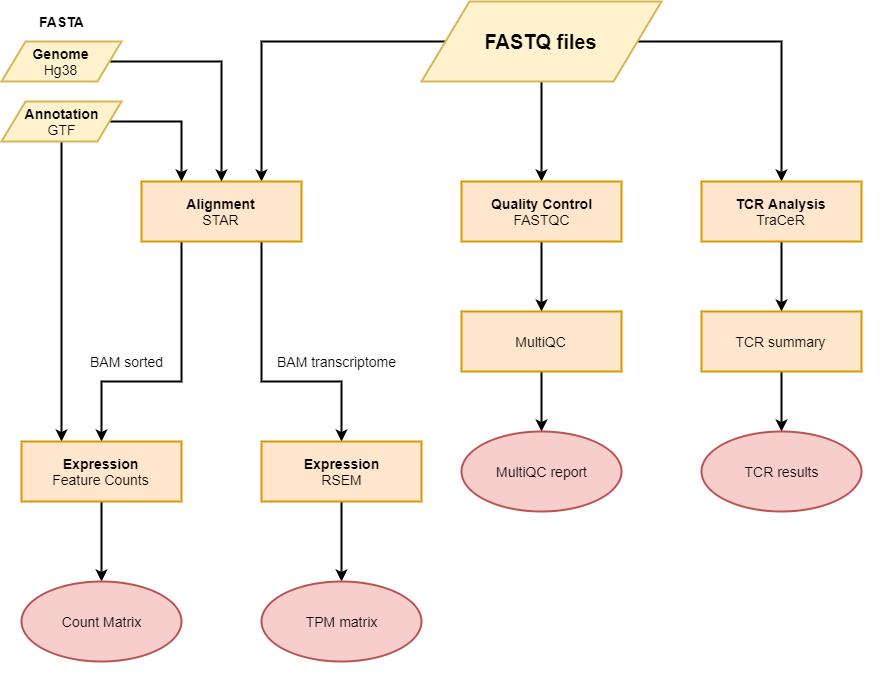
The draw.io diagram assets/flowchart.png in icbi-lab/smartseq2_pipeline, before a commit. Source tidied: cells renumbered, new cells last; positions are measured from the earlier drawing's top-left corner, leaving out a move shared by most shapes.
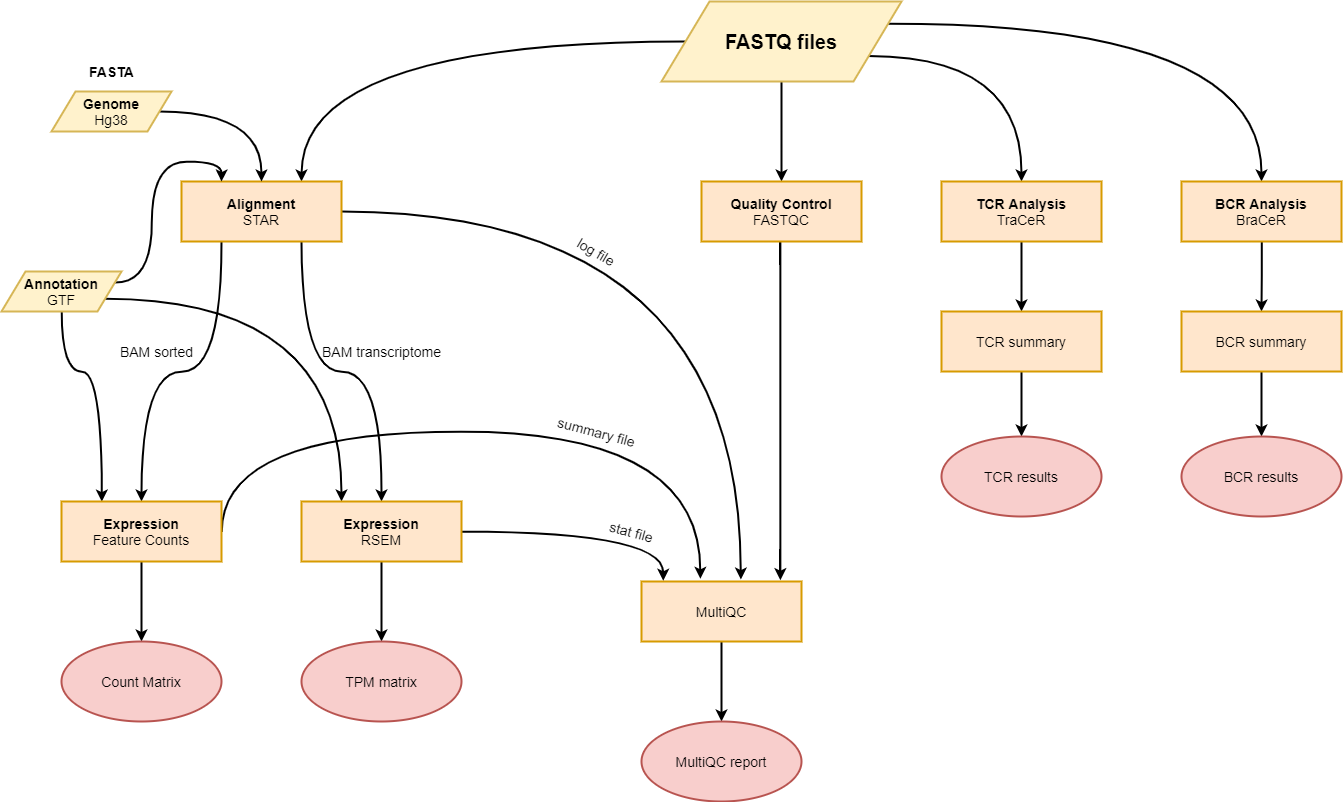
Above is the later version.

Commit message:
Flowchart of the pipeline updated

Change to the diagram source:
```diff
@@ -2,138 +2,152 @@
   <root>
     <mxCell id="0" />
     <mxCell id="1" parent="0" />
-    <mxCell id="2" style="edgeStyle=orthogonalEdgeStyle;rounded=0;jettySize=auto;html=1;exitX=0;exitY=0.5;exitDx=0;exitDy=0;entryX=0.75;entryY=0;entryDx=0;entryDy=0;strokeWidth=2;" parent="1" edge="1" source="5" target="12">
-      <mxGeometry relative="1" as="geometry">
-        <Array as="points">
-          <mxPoint x="260" y="40" />
-        </Array>
-      </mxGeometry>
+    <mxCell id="2" style="edgeStyle=orthogonalEdgeStyle;rounded=0;jettySize=auto;html=1;exitX=0;exitY=0.5;exitDx=0;exitDy=0;entryX=0.75;entryY=0;entryDx=0;entryDy=0;strokeWidth=2;curved=1;" parent="1" edge="1" source="5" target="12">
+      <mxGeometry relative="1" as="geometry" />
     </mxCell>
+    <mxCell id="4" style="edgeStyle=orthogonalEdgeStyle;rounded=0;jettySize=auto;html=1;exitX=1;exitY=0.75;exitDx=0;exitDy=0;entryX=0.5;entryY=0;entryDx=0;entryDy=0;strokeWidth=2;curved=1;" parent="1" edge="1" source="5" target="24">
+      <mxGeometry relative="1" as="geometry" />
+    </mxCell>
+    <mxCell id="36" style="edgeStyle=orthogonalEdgeStyle;rounded=0;jettySize=auto;html=1;entryX=0.5;entryY=0;entryDx=0;entryDy=0;strokeWidth=2;exitX=1;exitY=0.25;exitDx=0;exitDy=0;curved=1;" parent="1" edge="1" source="5" target="42">
+      <mxGeometry relative="1" as="geometry" />
+    </mxCell>
-    <mxCell id="3" style="edgeStyle=orthogonalEdgeStyle;rounded=0;jettySize=auto;html=1;strokeWidth=2;" parent="1" edge="1" source="5" target="7">
+    <mxCell id="3" style="edgeStyle=orthogonalEdgeStyle;rounded=0;jettySize=auto;html=1;exitX=0.5;exitY=1;exitDx=0;exitDy=0;strokeWidth=2;" parent="1" edge="1" source="5" target="7">
       <mxGeometry relative="1" as="geometry" />
     </mxCell>
-    <mxCell id="4" style="edgeStyle=orthogonalEdgeStyle;rounded=0;jettySize=auto;html=1;exitX=1;exitY=0.5;exitDx=0;exitDy=0;entryX=0.5;entryY=0;entryDx=0;entryDy=0;strokeWidth=2;" parent="1" edge="1" source="5" target="24">
-      <mxGeometry relative="1" as="geometry">
-        <Array as="points">
-          <mxPoint x="780" y="40" />
-        </Array>
-      </mxGeometry>
-    </mxCell>
     <mxCell id="5" value="&lt;b&gt;&lt;font style=&quot;font-size: 20px&quot;&gt;FASTQ files&lt;/font&gt;&lt;/b&gt;" style="shape=parallelogram;perimeter=parallelogramPerimeter;whiteSpace=wrap;html=1;strokeWidth=2;perimeterSpacing=0;fillColor=#fff2cc;strokeColor=#d6b656;" parent="1" vertex="1">
-      <mxGeometry x="420" width="240" height="80" as="geometry" />
+      <mxGeometry x="660" width="240" height="80" as="geometry" />
     </mxCell>
-    <mxCell id="6" style="edgeStyle=orthogonalEdgeStyle;rounded=0;jettySize=auto;html=1;strokeWidth=2;" parent="1" edge="1" source="7" target="9">
-      <mxGeometry relative="1" as="geometry" />
+    <mxCell id="6" style="edgeStyle=orthogonalEdgeStyle;rounded=0;jettySize=auto;html=1;strokeWidth=2;entryX=0.864;entryY=-0.033;entryDx=0;entryDy=0;entryPerimeter=0;" parent="1" edge="1" source="7" target="9">
+      <mxGeometry relative="1" as="geometry">
+        <Array as="points">
+          <mxPoint x="779" y="530" />
+          <mxPoint x="779" y="530" />
+        </Array>
+      </mxGeometry>
     </mxCell>
     <mxCell id="7" value="&lt;font style=&quot;font-size: 14px&quot;&gt;&lt;b&gt;Quality Control&lt;br&gt;&lt;/b&gt;FASTQC&lt;/font&gt;" style="rounded=0;whiteSpace=wrap;html=1;strokeWidth=2;fillColor=#ffe6cc;strokeColor=#d79b00;" parent="1" vertex="1">
-      <mxGeometry x="460" y="180" width="160" height="60" as="geometry" />
+      <mxGeometry x="700" y="180" width="160" height="60" as="geometry" />
     </mxCell>
-    <mxCell id="8" style="edgeStyle=orthogonalEdgeStyle;rounded=0;jettySize=auto;html=1;exitX=0.5;exitY=1;exitDx=0;exitDy=0;entryX=0.5;entryY=0;entryDx=0;entryDy=0;strokeWidth=2;" parent="1" edge="1" source="9" target="32">
+    <mxCell id="8" style="edgeStyle=orthogonalEdgeStyle;rounded=0;jettySize=auto;html=1;exitX=0.5;exitY=1;exitDx=0;exitDy=0;strokeWidth=2;entryX=0.5;entryY=0;entryDx=0;entryDy=0;" parent="1" edge="1" source="9" target="32">
       <mxGeometry relative="1" as="geometry" />
     </mxCell>
     <mxCell id="9" value="&lt;font style=&quot;font-size: 14px&quot;&gt;MultiQC&lt;/font&gt;" style="rounded=0;whiteSpace=wrap;html=1;strokeWidth=2;fillColor=#ffe6cc;strokeColor=#d79b00;" parent="1" vertex="1">
-      <mxGeometry x="460" y="310" width="160" height="60" as="geometry" />
+      <mxGeometry x="640" y="580" width="160" height="60" as="geometry" />
     </mxCell>
-    <mxCell id="10" style="edgeStyle=orthogonalEdgeStyle;rounded=0;jettySize=auto;html=1;exitX=0.25;exitY=1;exitDx=0;exitDy=0;entryX=0.5;entryY=0;entryDx=0;entryDy=0;strokeWidth=2;" parent="1" edge="1" source="12" target="20">
-      <mxGeometry relative="1" as="geometry">
-        <Array as="points">
-          <mxPoint x="180" y="380" />
-          <mxPoint x="100" y="380" />
-        </Array>
-      </mxGeometry>
+    <mxCell id="10" style="edgeStyle=orthogonalEdgeStyle;rounded=0;jettySize=auto;html=1;exitX=0.25;exitY=1;exitDx=0;exitDy=0;entryX=0.5;entryY=0;entryDx=0;entryDy=0;strokeWidth=2;curved=1;" parent="1" edge="1" source="12" target="20">
+      <mxGeometry relative="1" as="geometry" />
     </mxCell>
-    <mxCell id="11" style="edgeStyle=orthogonalEdgeStyle;rounded=0;jettySize=auto;html=1;exitX=0.75;exitY=1;exitDx=0;exitDy=0;entryX=0.5;entryY=0;entryDx=0;entryDy=0;strokeWidth=2;" parent="1" edge="1" source="12" target="22">
-      <mxGeometry relative="1" as="geometry">
-        <Array as="points">
-          <mxPoint x="260" y="380" />
-          <mxPoint x="340" y="380" />
-        </Array>
-      </mxGeometry>
+    <mxCell id="11" style="edgeStyle=orthogonalEdgeStyle;rounded=0;jettySize=auto;html=1;exitX=0.75;exitY=1;exitDx=0;exitDy=0;entryX=0.5;entryY=0;entryDx=0;entryDy=0;strokeWidth=2;curved=1;" parent="1" edge="1" source="12" target="22">
+      <mxGeometry relative="1" as="geometry" />
     </mxCell>
+    <mxCell id="37" style="edgeStyle=orthogonalEdgeStyle;rounded=0;jettySize=auto;html=1;exitX=1;exitY=0.5;exitDx=0;exitDy=0;strokeWidth=2;entryX=0.621;entryY=-0.033;entryDx=0;entryDy=0;entryPerimeter=0;curved=1;" parent="1" edge="1" source="12" target="9">
+      <mxGeometry relative="1" as="geometry" />
+    </mxCell>
     <mxCell id="12" value="&lt;font style=&quot;font-size: 14px&quot;&gt;&lt;b&gt;Alignment&lt;/b&gt;&lt;br&gt;STAR&lt;/font&gt;" style="rounded=0;whiteSpace=wrap;html=1;strokeWidth=2;fillColor=#ffe6cc;strokeColor=#d79b00;" parent="1" vertex="1">
-      <mxGeometry x="140" y="180" width="160" height="60" as="geometry" />
+      <mxGeometry x="180" y="180" width="160" height="60" as="geometry" />
     </mxCell>
-    <mxCell id="13" style="edgeStyle=orthogonalEdgeStyle;jettySize=auto;html=1;entryX=0.5;entryY=0;entryDx=0;entryDy=0;exitX=1;exitY=0.5;exitDx=0;exitDy=0;rounded=0;strokeWidth=2;" parent="1" edge="1" source="16" target="12">
-      <mxGeometry relative="1" as="geometry">
-        <Array as="points">
-          <mxPoint x="220" y="60" />
-        </Array>
-      </mxGeometry>
+    <mxCell id="13" style="edgeStyle=orthogonalEdgeStyle;jettySize=auto;html=1;entryX=0.5;entryY=0;entryDx=0;entryDy=0;exitX=1;exitY=0.5;exitDx=0;exitDy=0;rounded=0;strokeWidth=2;curved=1;" parent="1" edge="1" source="16" target="12">
+      <mxGeometry relative="1" as="geometry" />
     </mxCell>
-    <mxCell id="14" style="edgeStyle=orthogonalEdgeStyle;rounded=0;jettySize=auto;html=1;entryX=0.25;entryY=0;entryDx=0;entryDy=0;exitX=1;exitY=0.5;exitDx=0;exitDy=0;strokeWidth=2;" parent="1" edge="1" source="18" target="12">
-      <mxGeometry relative="1" as="geometry">
-        <Array as="points">
-          <mxPoint x="180" y="120" />
-        </Array>
-      </mxGeometry>
+    <mxCell id="14" style="edgeStyle=orthogonalEdgeStyle;rounded=0;jettySize=auto;html=1;entryX=0.25;entryY=0;entryDx=0;entryDy=0;exitX=1;exitY=0.25;exitDx=0;exitDy=0;strokeWidth=2;curved=1;" parent="1" edge="1" source="18" target="12">
+      <mxGeometry relative="1" as="geometry" />
     </mxCell>
     <mxCell id="15" value="&lt;b&gt;&lt;font style=&quot;font-size: 14px&quot;&gt;FASTA&lt;/font&gt;&lt;/b&gt;" style="text;html=1;align=center;verticalAlign=middle;strokeWidth=1;" parent="1" vertex="1">
-      <mxGeometry x="30" y="10" width="60" height="20" as="geometry" />
+      <mxGeometry x="80" y="60" width="60" height="20" as="geometry" />
     </mxCell>
     <mxCell id="16" value="&lt;font style=&quot;font-size: 14px&quot;&gt;&lt;b style=&quot;white-space: normal&quot;&gt;Genome&lt;/b&gt;&lt;br style=&quot;white-space: normal&quot;&gt;&lt;span style=&quot;white-space: normal&quot;&gt;Hg38&lt;/span&gt;&lt;/font&gt;" style="shape=parallelogram;perimeter=parallelogramPerimeter;whiteSpace=wrap;html=1;strokeWidth=2;fillColor=#fff2cc;strokeColor=#d6b656;" parent="1" vertex="1">
-      <mxGeometry y="40" width="120" height="40" as="geometry" />
+      <mxGeometry x="50" y="90" width="120" height="40" as="geometry" />
     </mxCell>
+    <mxCell id="38" style="edgeStyle=orthogonalEdgeStyle;curved=1;rounded=0;jettySize=auto;html=1;strokeWidth=2;exitX=1;exitY=0.75;exitDx=0;exitDy=0;entryX=0.25;entryY=0;entryDx=0;entryDy=0;" parent="1" edge="1" source="18" target="22">
+      <mxGeometry relative="1" as="geometry" />
+    </mxCell>
-    <mxCell id="17" style="edgeStyle=orthogonalEdgeStyle;rounded=0;jettySize=auto;html=1;entryX=0.25;entryY=0;entryDx=0;entryDy=0;strokeWidth=2;" parent="1" edge="1" source="18" target="20">
+    <mxCell id="17" style="edgeStyle=orthogonalEdgeStyle;curved=1;rounded=0;jettySize=auto;html=1;exitX=0.5;exitY=1;exitDx=0;exitDy=0;entryX=0.25;entryY=0;entryDx=0;entryDy=0;strokeWidth=2;" parent="1" edge="1" source="18" target="20">
       <mxGeometry relative="1" as="geometry">
         <Array as="points">
-          <mxPoint x="60" y="190" />
-          <mxPoint x="60" y="190" />
+          <mxPoint x="60" y="370" />
+          <mxPoint x="100" y="370" />
         </Array>
       </mxGeometry>
     </mxCell>
     <mxCell id="18" value="&lt;font style=&quot;font-size: 14px&quot;&gt;&lt;b style=&quot;white-space: normal&quot;&gt;Annotation&lt;/b&gt;&lt;br style=&quot;white-space: normal&quot;&gt;&lt;span style=&quot;white-space: normal&quot;&gt;GTF&lt;/span&gt;&lt;/font&gt;" style="shape=parallelogram;perimeter=parallelogramPerimeter;whiteSpace=wrap;html=1;rounded=0;strokeWidth=2;fillColor=#fff2cc;strokeColor=#d6b656;" parent="1" vertex="1">
-      <mxGeometry y="100" width="120" height="40" as="geometry" />
+      <mxGeometry y="270" width="120" height="40" as="geometry" />
     </mxCell>
     <mxCell id="19" style="edgeStyle=orthogonalEdgeStyle;rounded=0;jettySize=auto;html=1;entryX=0.5;entryY=0;entryDx=0;entryDy=0;strokeWidth=2;" parent="1" edge="1" source="20" target="30">
       <mxGeometry relative="1" as="geometry" />
     </mxCell>
+    <mxCell id="39" style="edgeStyle=orthogonalEdgeStyle;rounded=0;jettySize=auto;html=1;exitX=1;exitY=0.5;exitDx=0;exitDy=0;strokeWidth=2;entryX=0.372;entryY=-0.035;entryDx=0;entryDy=0;entryPerimeter=0;elbow=vertical;curved=1;" parent="1" edge="1" source="20" target="9">
+      <mxGeometry relative="1" as="geometry">
+        <Array as="points">
+          <mxPoint x="220" y="430" />
+          <mxPoint x="700" y="430" />
+        </Array>
+      </mxGeometry>
+    </mxCell>
     <mxCell id="20" value="&lt;font style=&quot;font-size: 14px&quot;&gt;&lt;b&gt;Expression&lt;/b&gt;&lt;br&gt;Feature Counts&lt;/font&gt;" style="rounded=0;whiteSpace=wrap;html=1;strokeWidth=2;fillColor=#ffe6cc;strokeColor=#d79b00;" parent="1" vertex="1">
-      <mxGeometry x="20" y="440" width="160" height="60" as="geometry" />
+      <mxGeometry x="60" y="500" width="160" height="60" as="geometry" />
     </mxCell>
     <mxCell id="21" style="edgeStyle=orthogonalEdgeStyle;rounded=0;jettySize=auto;html=1;entryX=0.5;entryY=0;entryDx=0;entryDy=0;strokeWidth=2;" parent="1" edge="1" source="22" target="31">
       <mxGeometry relative="1" as="geometry" />
     </mxCell>
+    <mxCell id="40" style="edgeStyle=orthogonalEdgeStyle;rounded=0;jettySize=auto;html=1;entryX=0.136;entryY=-0.012;entryDx=0;entryDy=0;entryPerimeter=0;strokeWidth=2;curved=1;" parent="1" edge="1" source="22" target="9">
+      <mxGeometry relative="1" as="geometry" />
+    </mxCell>
     <mxCell id="22" value="&lt;font style=&quot;font-size: 14px&quot;&gt;&lt;b&gt;Expression&lt;/b&gt;&lt;br&gt;RSEM&lt;/font&gt;" style="rounded=0;whiteSpace=wrap;html=1;strokeWidth=2;fillColor=#ffe6cc;strokeColor=#d79b00;" parent="1" vertex="1">
-      <mxGeometry x="260" y="440" width="160" height="60" as="geometry" />
+      <mxGeometry x="300" y="500" width="160" height="60" as="geometry" />
     </mxCell>
+    <mxCell id="25" value="&lt;font size=&quot;1&quot;&gt;&lt;span style=&quot;font-size: 14px&quot;&gt;BAM sorted&lt;/span&gt;&lt;/font&gt;" style="text;html=1;align=center;verticalAlign=middle;strokeWidth=1;" parent="1" vertex="1">
+      <mxGeometry x="110" y="340" width="90" height="20" as="geometry" />
+    </mxCell>
+    <mxCell id="26" value="&lt;font style=&quot;font-size: 14px&quot;&gt;BAM transcriptome&lt;/font&gt;" style="text;html=1;align=center;verticalAlign=middle;" parent="1" vertex="1">
+      <mxGeometry x="315" y="340" width="130" height="20" as="geometry" />
+    </mxCell>
+    <mxCell id="30" value="&lt;font style=&quot;font-size: 14px&quot;&gt;Count Matrix&lt;/font&gt;" style="ellipse;whiteSpace=wrap;html=1;rounded=0;strokeWidth=2;fillColor=#f8cecc;strokeColor=#b85450;" parent="1" vertex="1">
+      <mxGeometry x="60" y="640" width="160" height="80" as="geometry" />
+    </mxCell>
+    <mxCell id="31" value="&lt;font style=&quot;font-size: 14px&quot;&gt;TPM matrix&lt;/font&gt;" style="ellipse;whiteSpace=wrap;html=1;rounded=0;strokeWidth=2;fillColor=#f8cecc;strokeColor=#b85450;" parent="1" vertex="1">
+      <mxGeometry x="300" y="640" width="160" height="80" as="geometry" />
+    </mxCell>
+    <mxCell id="32" value="&lt;font style=&quot;font-size: 14px&quot;&gt;MultiQC report&lt;/font&gt;" style="ellipse;whiteSpace=wrap;html=1;rounded=0;strokeWidth=2;fillColor=#f8cecc;strokeColor=#b85450;" parent="1" vertex="1">
+      <mxGeometry x="640" y="720" width="160" height="80" as="geometry" />
+    </mxCell>
     <mxCell id="23" style="edgeStyle=orthogonalEdgeStyle;rounded=0;jettySize=auto;html=1;entryX=0.5;entryY=0;entryDx=0;entryDy=0;strokeWidth=2;" parent="1" edge="1" source="24" target="28">
       <mxGeometry relative="1" as="geometry" />
     </mxCell>
     <mxCell id="24" value="&lt;font style=&quot;font-size: 14px&quot;&gt;&lt;b&gt;TCR Analysis&lt;/b&gt;&lt;br&gt;TraCeR&lt;/font&gt;" style="rounded=0;whiteSpace=wrap;html=1;strokeWidth=2;fillColor=#ffe6cc;strokeColor=#d79b00;" parent="1" vertex="1">
-      <mxGeometry x="700" y="180" width="160" height="60" as="geometry" />
+      <mxGeometry x="940" y="180" width="160" height="60" as="geometry" />
     </mxCell>
-    <mxCell id="25" value="&lt;font size=&quot;1&quot;&gt;&lt;span style=&quot;font-size: 14px&quot;&gt;BAM sorted&lt;/span&gt;&lt;/font&gt;" style="text;html=1;align=center;verticalAlign=middle;strokeWidth=1;" parent="1" vertex="1">
-      <mxGeometry x="80" y="350" width="90" height="20" as="geometry" />
-    </mxCell>
-    <mxCell id="26" value="&lt;font style=&quot;font-size: 14px&quot;&gt;BAM transcriptome&lt;/font&gt;" style="text;html=1;align=center;verticalAlign=middle;" parent="1" vertex="1">
-      <mxGeometry x="270" y="350" width="130" height="20" as="geometry" />
-    </mxCell>
     <mxCell id="27" style="edgeStyle=orthogonalEdgeStyle;rounded=0;jettySize=auto;html=1;exitX=0.5;exitY=1;exitDx=0;exitDy=0;entryX=0.5;entryY=0;entryDx=0;entryDy=0;strokeWidth=2;" parent="1" edge="1" source="28" target="29">
       <mxGeometry relative="1" as="geometry" />
     </mxCell>
     <mxCell id="28" value="&lt;font style=&quot;font-size: 14px&quot;&gt;TCR summary&lt;/font&gt;" style="rounded=0;whiteSpace=wrap;html=1;strokeWidth=2;fillColor=#ffe6cc;strokeColor=#d79b00;" parent="1" vertex="1">
-      <mxGeometry x="700" y="310" width="160" height="60" as="geometry" />
+      <mxGeometry x="940" y="310" width="160" height="60" as="geometry" />
     </mxCell>
     <mxCell id="29" value="&lt;font style=&quot;font-size: 14px&quot;&gt;TCR results&lt;/font&gt;" style="ellipse;whiteSpace=wrap;html=1;rounded=0;strokeWidth=2;fillColor=#f8cecc;strokeColor=#b85450;" parent="1" vertex="1">
-      <mxGeometry x="700" y="430" width="160" height="80" as="geometry" />
+      <mxGeometry x="940" y="435" width="160" height="80" as="geometry" />
     </mxCell>
-    <mxCell id="30" value="&lt;font style=&quot;font-size: 14px&quot;&gt;Count Matrix&lt;/font&gt;" style="ellipse;whiteSpace=wrap;html=1;rounded=0;strokeWidth=2;fillColor=#f8cecc;strokeColor=#b85450;" parent="1" vertex="1">
-      <mxGeometry x="20" y="580" width="160" height="80" as="geometry" />
-    </mxCell>
-    <mxCell id="31" value="&lt;font style=&quot;font-size: 14px&quot;&gt;TPM matrix&lt;/font&gt;" style="ellipse;whiteSpace=wrap;html=1;rounded=0;strokeWidth=2;fillColor=#f8cecc;strokeColor=#b85450;" parent="1" vertex="1">
-      <mxGeometry x="260" y="580" width="160" height="80" as="geometry" />
-    </mxCell>
-    <mxCell id="32" value="&lt;font style=&quot;font-size: 14px&quot;&gt;MultiQC report&lt;/font&gt;" style="ellipse;whiteSpace=wrap;html=1;rounded=0;strokeWidth=2;fillColor=#f8cecc;strokeColor=#b85450;" parent="1" vertex="1">
-      <mxGeometry x="460" y="430" width="160" height="80" as="geometry" />
-    </mxCell>
-    <mxCell id="33" value="Text" style="text;html=1;strokeColor=none;fillColor=none;align=center;verticalAlign=middle;whiteSpace=wrap;rounded=0;" parent="1" vertex="1">
-      <mxGeometry x="80" y="690" width="40" height="20" as="geometry" />
-    </mxCell>
-    <mxCell id="34" value="Text" style="text;html=1;strokeColor=none;fillColor=none;align=center;verticalAlign=middle;whiteSpace=wrap;rounded=0;" parent="1" vertex="1">
-      <mxGeometry x="320" y="690" width="40" height="20" as="geometry" />
-    </mxCell>
-    <mxCell id="35" value="Text" style="text;html=1;align=center;verticalAlign=middle;" parent="1" vertex="1">
-      <mxGeometry x="916" y="249" width="40" height="20" as="geometry" />
-    </mxCell>
+    <mxCell id="41" style="edgeStyle=orthogonalEdgeStyle;rounded=0;jettySize=auto;html=1;entryX=0.5;entryY=0;entryDx=0;entryDy=0;strokeWidth=2;" parent="1" edge="1" source="42" target="44">
+      <mxGeometry relative="1" as="geometry" />
+    </mxCell>
+    <mxCell id="42" value="&lt;font style=&quot;font-size: 14px&quot;&gt;&lt;b&gt;BCR Analysis&lt;/b&gt;&lt;br&gt;BraCeR&lt;/font&gt;" style="rounded=0;whiteSpace=wrap;html=1;strokeWidth=2;fillColor=#ffe6cc;strokeColor=#d79b00;" parent="1" vertex="1">
+      <mxGeometry x="1180" y="180" width="160" height="60" as="geometry" />
+    </mxCell>
+    <mxCell id="43" style="edgeStyle=orthogonalEdgeStyle;rounded=0;jettySize=auto;html=1;exitX=0.5;exitY=1;exitDx=0;exitDy=0;entryX=0.5;entryY=0;entryDx=0;entryDy=0;strokeWidth=2;" parent="1" edge="1" source="44" target="45">
+      <mxGeometry relative="1" as="geometry" />
+    </mxCell>
+    <mxCell id="44" value="&lt;font style=&quot;font-size: 14px&quot;&gt;BCR summary&lt;/font&gt;" style="rounded=0;whiteSpace=wrap;html=1;strokeWidth=2;fillColor=#ffe6cc;strokeColor=#d79b00;" parent="1" vertex="1">
+      <mxGeometry x="1180" y="310" width="160" height="60" as="geometry" />
+    </mxCell>
+    <mxCell id="45" value="&lt;font style=&quot;font-size: 14px&quot;&gt;BCR results&lt;/font&gt;" style="ellipse;whiteSpace=wrap;html=1;rounded=0;strokeWidth=2;fillColor=#f8cecc;strokeColor=#b85450;" parent="1" vertex="1">
+      <mxGeometry x="1180" y="435" width="160" height="80" as="geometry" />
+    </mxCell>
+    <mxCell id="46" value="&lt;span style=&quot;font-size: 14px&quot;&gt;stat file&lt;/span&gt;" style="text;html=1;align=center;verticalAlign=middle;rotation=15;" parent="1" vertex="1">
+      <mxGeometry x="600" y="520" width="60" height="20" as="geometry" />
+    </mxCell>
+    <mxCell id="47" value="&lt;font style=&quot;font-size: 14px&quot;&gt;summary file&lt;br&gt;&lt;/font&gt;" style="text;html=1;align=center;verticalAlign=middle;rotation=15;" parent="1" vertex="1">
+      <mxGeometry x="545" y="420" width="100" height="20" as="geometry" />
+    </mxCell>
+    <mxCell id="48" value="&lt;font style=&quot;font-size: 14px&quot;&gt;log file&lt;br&gt;&lt;/font&gt;" style="text;html=1;align=center;verticalAlign=middle;rotation=30;" parent="1" vertex="1">
+      <mxGeometry x="565" y="240" width="60" height="20" as="geometry" />
+    </mxCell>
   </root>
 </mxGraphModel>
```
